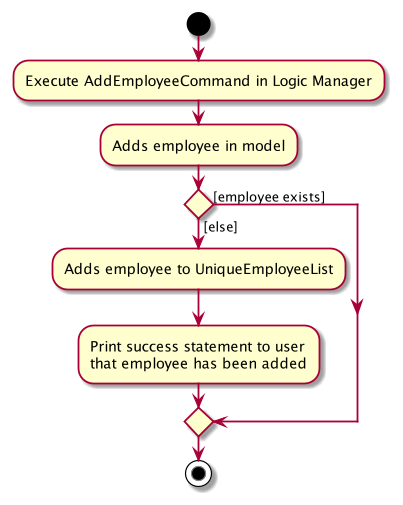
Earlier version of the PlantUML export docs/images/AddEmployeeCommandActivityDiagram.png (nus-cs2103-AY2122S1/tp). Source of this version:
```plantuml
@startuml

start
:Execute AddEmployeeCommand in Logic Manager;
:Adds employee in model;
if () then ([employee exists])
else ([else])
:Adds employee to UniqueEmployeeList;
:Print success statement to user
that employee has been added;
endif
stop

@enduml
```
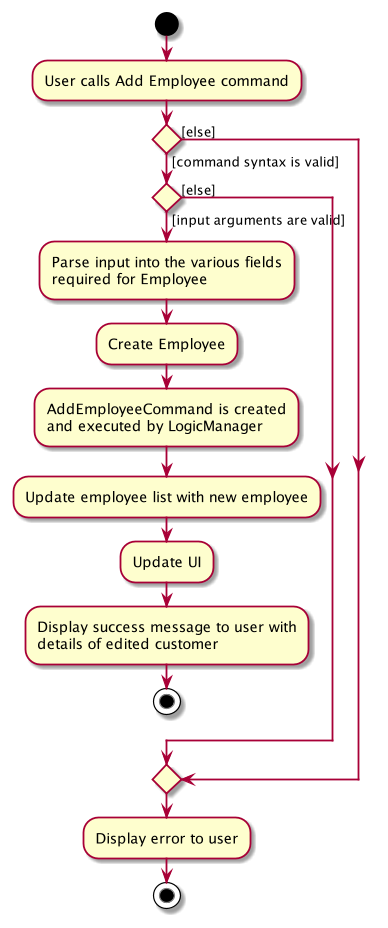
After the commit.

Change to the diagram source:
```diff
@@ -1,14 +1,34 @@
 @startuml
 
 start
-:Execute AddEmployeeCommand in Logic Manager;
-:Adds employee in model;
-if () then ([employee exists])
+:User calls Add Employee command;
+
+
+if () then ([command syntax is valid])
+if () then ([input arguments are valid])
+
+    :Parse input into the various fields
+    required for Employee;
+
+    :Create Employee;
+
+    :AddEmployeeCommand is created
+    and executed by LogicManager;
+
+    :Update employee list with new employee;
+
+    :Update UI;
+
+    :Display success message to user with
+    details of edited customer;
+
+    stop
+
 else ([else])
-:Adds employee to UniqueEmployeeList;
-:Print success statement to user
-that employee has been added;
-endif
+    endif
+else ([else])
+    endif
+    :Display error to user;
 stop
 
 @enduml
```
